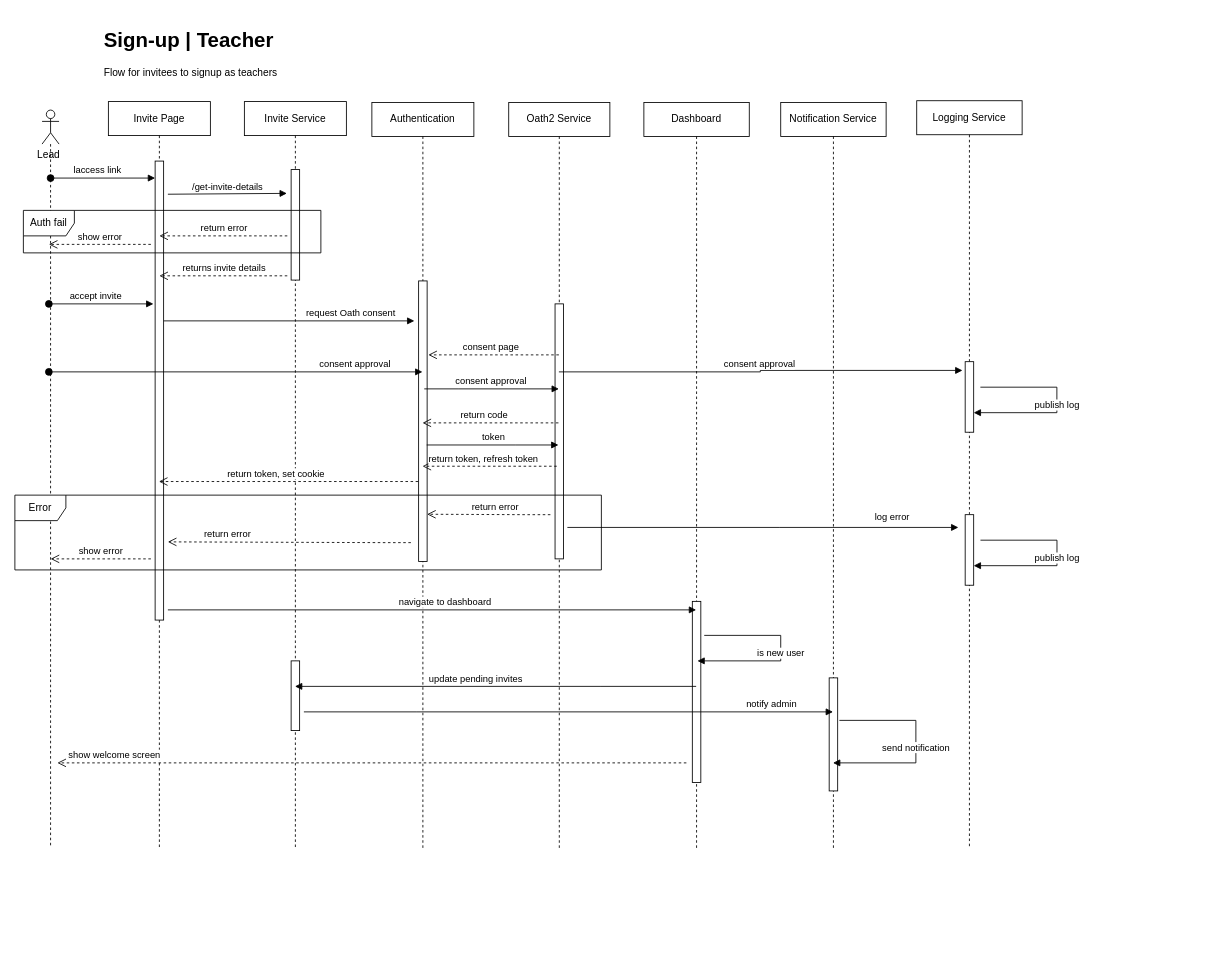
Above: page "Sign-up | Teacher" (2 of 8) of docs/assets/Sequence Diagram.drawio in akshayvijaynair/music-academy-docs (draw.io), before the change. Source tidied: cells renumbered, new cells numbered last; positions are measured from the earlier drawing's top-left corner, leaving out a move shared by most shapes. Both pictures are drawn from the tidied source at 85%, with x=0, y=0 at pixel (14, 23).
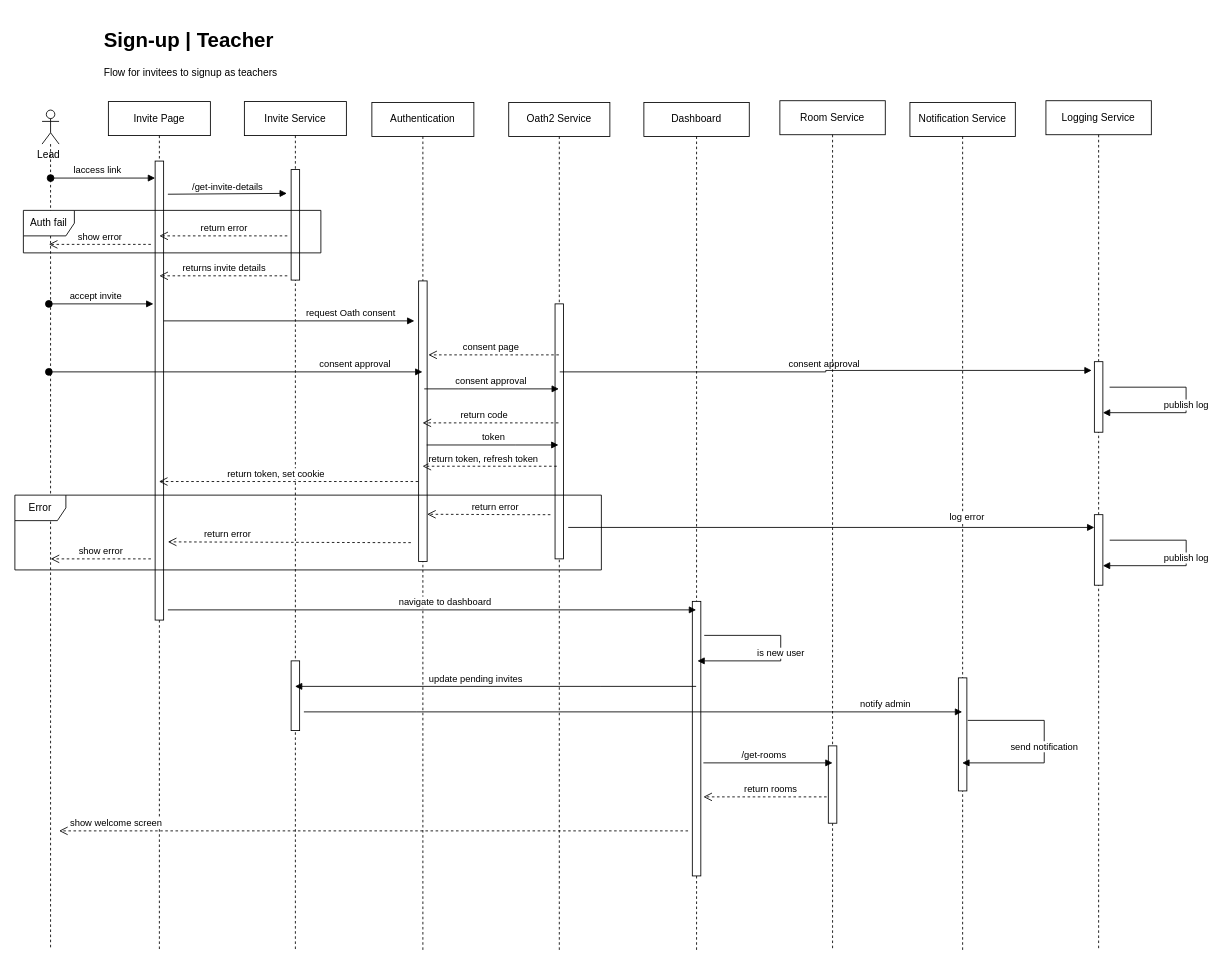
After the change.

Unchanged cells that the change refers to:
```xml
<mxCell id="11" style="html=1;points=[];perimeter=orthogonalPerimeter;outlineConnect=0;targetShapes=umlLifeline;portConstraint=eastwest;newEdgeStyle={&quot;edgeStyle&quot;:&quot;elbowEdgeStyle&quot;,&quot;elbow&quot;:&quot;vertical&quot;,&quot;curved&quot;:0,&quot;rounded&quot;:0};" parent="10" vertex="1">
  <mxGeometry x="57" y="307" width="10" height="83" as="geometry" />
</mxCell>
```

What changed in the source:
```diff
@@
     <mxCell id="2" value="Invite Page" style="shape=umlLifeline;perimeter=lifelinePerimeter;whiteSpace=wrap;html=1;outlineConnect=0;portConstraint=eastwest;newEdgeStyle={&quot;edgeStyle&quot;:&quot;elbowEdgeStyle&quot;,&quot;elbow&quot;:&quot;vertical&quot;,&quot;curved&quot;:0,&quot;rounded&quot;:0};" parent="1" vertex="1">
-      <mxGeometry x="110" y="92" width="120" height="878" as="geometry" />
+      <mxGeometry x="110" y="92" width="120" height="998" as="geometry" />
     </mxCell>
@@
     <mxCell id="4" value="Invite Service" style="shape=umlLifeline;perimeter=lifelinePerimeter;whiteSpace=wrap;html=1;outlineConnect=0;portConstraint=eastwest;newEdgeStyle={&quot;edgeStyle&quot;:&quot;elbowEdgeStyle&quot;,&quot;elbow&quot;:&quot;vertical&quot;,&quot;curved&quot;:0,&quot;rounded&quot;:0};" parent="1" vertex="1">
-      <mxGeometry x="270" y="92" width="120" height="878" as="geometry" />
+      <mxGeometry x="270" y="92" width="120" height="998" as="geometry" />
     </mxCell>
@@
     <mxCell id="7" style="shape=umlLifeline;perimeter=lifelinePerimeter;whiteSpace=wrap;html=1;newEdgeStyle={&quot;curved&quot;:0,&quot;rounded&quot;:0};participant=umlActor;" parent="1" vertex="1">
-      <mxGeometry x="32" y="102" width="20" height="868" as="geometry" />
+      <mxGeometry x="32" y="102" width="20" height="988" as="geometry" />
     </mxCell>
@@
     <mxCell id="10" value="Logging Service" style="shape=umlLifeline;perimeter=lifelinePerimeter;whiteSpace=wrap;html=1;newEdgeStyle={&quot;edgeStyle&quot;:&quot;elbowEdgeStyle&quot;,&quot;elbow&quot;:&quot;vertical&quot;,&quot;curved&quot;:0,&quot;rounded&quot;:0};" parent="1" vertex="1">
-      <mxGeometry x="1061" y="91" width="124" height="879" as="geometry" />
+      <mxGeometry x="1213" y="91" width="124" height="999" as="geometry" />
     </mxCell>
@@
     <mxCell id="19" value="Notification Service" style="shape=umlLifeline;perimeter=lifelinePerimeter;whiteSpace=wrap;html=1;outlineConnect=0;portConstraint=eastwest;newEdgeStyle={&quot;edgeStyle&quot;:&quot;elbowEdgeStyle&quot;,&quot;elbow&quot;:&quot;vertical&quot;,&quot;curved&quot;:0,&quot;rounded&quot;:0};" parent="1" vertex="1">
-      <mxGeometry x="901" y="93" width="124" height="880" as="geometry" />
+      <mxGeometry x="1053" y="93" width="124" height="997" as="geometry" />
     </mxCell>
@@
     <mxCell id="24" value="Authentication" style="shape=umlLifeline;perimeter=lifelinePerimeter;whiteSpace=wrap;html=1;newEdgeStyle={&quot;edgeStyle&quot;:&quot;elbowEdgeStyle&quot;,&quot;elbow&quot;:&quot;vertical&quot;,&quot;curved&quot;:0,&quot;rounded&quot;:0};" parent="1" vertex="1">
-      <mxGeometry x="420" y="93" width="120" height="877" as="geometry" />
+      <mxGeometry x="420" y="93" width="120" height="997" as="geometry" />
     </mxCell>
@@
     <mxCell id="26" value="Oath2 Service" style="shape=umlLifeline;perimeter=lifelinePerimeter;whiteSpace=wrap;html=1;newEdgeStyle={&quot;edgeStyle&quot;:&quot;elbowEdgeStyle&quot;,&quot;elbow&quot;:&quot;vertical&quot;,&quot;curved&quot;:0,&quot;rounded&quot;:0};" parent="1" vertex="1">
-      <mxGeometry x="581" y="93" width="119" height="877" as="geometry" />
+      <mxGeometry x="581" y="93" width="119" height="997" as="geometry" />
     </mxCell>
@@
     <mxCell id="28" value="Dashboard" style="shape=umlLifeline;perimeter=lifelinePerimeter;whiteSpace=wrap;html=1;outlineConnect=0;portConstraint=eastwest;newEdgeStyle={&quot;edgeStyle&quot;:&quot;elbowEdgeStyle&quot;,&quot;elbow&quot;:&quot;vertical&quot;,&quot;curved&quot;:0,&quot;rounded&quot;:0};" parent="1" vertex="1">
-      <mxGeometry x="740" y="93" width="124" height="877" as="geometry" />
+      <mxGeometry x="740" y="93" width="124" height="997" as="geometry" />
     </mxCell>
     <mxCell id="29" style="html=1;perimeter=orthogonalPerimeter;targetShapes=umlLifeline;newEdgeStyle={&quot;edgeStyle&quot;:&quot;elbowEdgeStyle&quot;,&quot;elbow&quot;:&quot;vertical&quot;,&quot;curved&quot;:0,&quot;rounded&quot;:0};" parent="28" vertex="1">
-      <mxGeometry x="57" y="587" width="10" height="213" as="geometry" />
+      <mxGeometry x="57" y="587" width="10" height="323" as="geometry" />
     </mxCell>
@@
     <mxCell id="33" value="consent approval" style="html=1;verticalAlign=bottom;endArrow=block;edgeStyle=elbowEdgeStyle;elbow=horizontal;curved=0;rounded=0;entryX=-0.317;entryY=0.124;entryDx=0;entryDy=0;entryPerimeter=0;" parent="1" edge="1" target="11">
       <mxGeometry x="-0.01" relative="1" as="geometry">
-        <mxPoint x="640" y="410" as="sourcePoint" />
+        <mxPoint x="641" y="410" as="sourcePoint" />
       </mxGeometry>
     </mxCell>
@@
     <mxCell id="41" value="publish log" style="html=1;verticalAlign=bottom;endArrow=block;edgeStyle=elbowEdgeStyle;elbow=horizontal;curved=0;rounded=0;" parent="1" edge="1">
       <mxGeometry x="0.1" relative="1" as="geometry">
-        <mxPoint x="1135.9" y="428" as="sourcePoint" />
-        <mxPoint x="1128" y="458" as="targetPoint" />
+        <mxPoint x="1287.9" y="428" as="sourcePoint" />
+        <mxPoint x="1280" y="458" as="targetPoint" />
         <Array as="points">
-          <mxPoint x="1225.9" y="458" />
+          <mxPoint x="1377.9" y="458" />
         </Array>
       </mxGeometry>
     </mxCell>
-    <mxCell id="42" style="html=1;verticalAlign=bottom;endArrow=block;edgeStyle=elbowEdgeStyle;elbow=horizontal;curved=0;rounded=0;" parent="1" edge="1">
+    <mxCell id="42" style="html=1;verticalAlign=bottom;endArrow=block;edgeStyle=elbowEdgeStyle;elbow=horizontal;curved=0;rounded=0;" parent="1" edge="1" target="44">
       <mxGeometry x="0.03" relative="1" as="geometry">
-        <mxPoint x="650" y="593" as="sourcePoint" />
-        <mxPoint x="1110" y="593" as="targetPoint" />
+        <mxPoint x="651" y="593" as="sourcePoint" />
         <Array as="points">
-          <mxPoint x="900" y="580" />
+          <mxPoint x="1270" y="600" />
         </Array>
       </mxGeometry>
     </mxCell>
@@
     <mxCell id="44" style="html=1;points=[];perimeter=orthogonalPerimeter;outlineConnect=0;targetShapes=umlLifeline;portConstraint=eastwest;newEdgeStyle={&quot;edgeStyle&quot;:&quot;elbowEdgeStyle&quot;,&quot;elbow&quot;:&quot;vertical&quot;,&quot;curved&quot;:0,&quot;rounded&quot;:0};" parent="1" vertex="1">
-      <mxGeometry x="1118" y="578" width="10" height="83" as="geometry" />
+      <mxGeometry x="1270" y="578" width="10" height="83" as="geometry" />
     </mxCell>
@@
     <mxCell id="49" value="show welcome screen" style="html=1;verticalAlign=bottom;endArrow=open;dashed=1;endSize=8;edgeStyle=elbowEdgeStyle;elbow=horizontal;curved=0;rounded=0;" parent="1" edge="1">
       <mxGeometry x="0.82" relative="1" as="geometry">
-        <mxPoint x="790" y="870" as="sourcePoint" />
-        <mxPoint x="50" y="870" as="targetPoint" />
+        <mxPoint x="792" y="950" as="sourcePoint" />
+        <mxPoint x="52" y="950" as="targetPoint" />
         <Array as="points">
-          <mxPoint x="777.9" y="870" />
+          <mxPoint x="779.9" y="950" />
         </Array>
       </mxGeometry>
     </mxCell>
@@
     <mxCell id="51" value="send notification" style="html=1;verticalAlign=bottom;endArrow=block;edgeStyle=elbowEdgeStyle;elbow=horizontal;curved=0;rounded=0;" parent="1" edge="1" target="19">
       <mxGeometry x="0.1" relative="1" as="geometry">
-        <mxPoint x="970" y="820" as="sourcePoint" />
+        <mxPoint x="1121" y="820" as="sourcePoint" />
         <Array as="points">
-          <mxPoint x="1060" y="870" />
+          <mxPoint x="1211" y="870" />
         </Array>
       </mxGeometry>
     </mxCell>
@@
+    <mxCell id="53" value="Room Service" style="shape=umlLifeline;perimeter=lifelinePerimeter;whiteSpace=wrap;html=1;newEdgeStyle={&quot;edgeStyle&quot;:&quot;elbowEdgeStyle&quot;,&quot;elbow&quot;:&quot;vertical&quot;,&quot;curved&quot;:0,&quot;rounded&quot;:0};" parent="1" vertex="1">
+      <mxGeometry x="900" y="91" width="124" height="999" as="geometry" />
+    </mxCell>
+    <mxCell id="54" style="html=1;perimeter=orthogonalPerimeter;targetShapes=umlLifeline;newEdgeStyle={&quot;edgeStyle&quot;:&quot;elbowEdgeStyle&quot;,&quot;elbow&quot;:&quot;vertical&quot;,&quot;curved&quot;:0,&quot;rounded&quot;:0};" parent="53" vertex="1">
+      <mxGeometry x="57" y="759" width="10" height="91" as="geometry" />
+    </mxCell>
+    <mxCell id="55" style="html=1;verticalAlign=bottom;endArrow=block;curved=0;rounded=0;" parent="1" edge="1">
+      <mxGeometry relative="1" as="geometry">
+        <mxPoint x="810" y="870" as="sourcePoint" />
+        <mxPoint x="962" y="870" as="targetPoint" />
+      </mxGeometry>
+    </mxCell>
+    <mxCell id="56" value="/get-rooms" style="edgeLabel;html=1;align=center;verticalAlign=middle;" parent="55" vertex="1">
+      <mxGeometry x="-0.35" y="1" relative="1" as="geometry">
+        <mxPoint x="21" y="-9" as="offset" />
+      </mxGeometry>
+    </mxCell>
+    <mxCell id="57" value="return rooms" style="html=1;verticalAlign=bottom;endArrow=open;dashed=1;endSize=8;edgeStyle=elbowEdgeStyle;elbow=horizontal;curved=0;rounded=0;" parent="1" edge="1">
+      <mxGeometry x="-0.09" relative="1" as="geometry">
+        <mxPoint x="955" y="910" as="sourcePoint" />
+        <mxPoint x="810" y="910" as="targetPoint" />
+        <Array as="points">
+          <mxPoint x="926.5" y="909.5" />
+        </Array>
+      </mxGeometry>
+    </mxCell>
```
